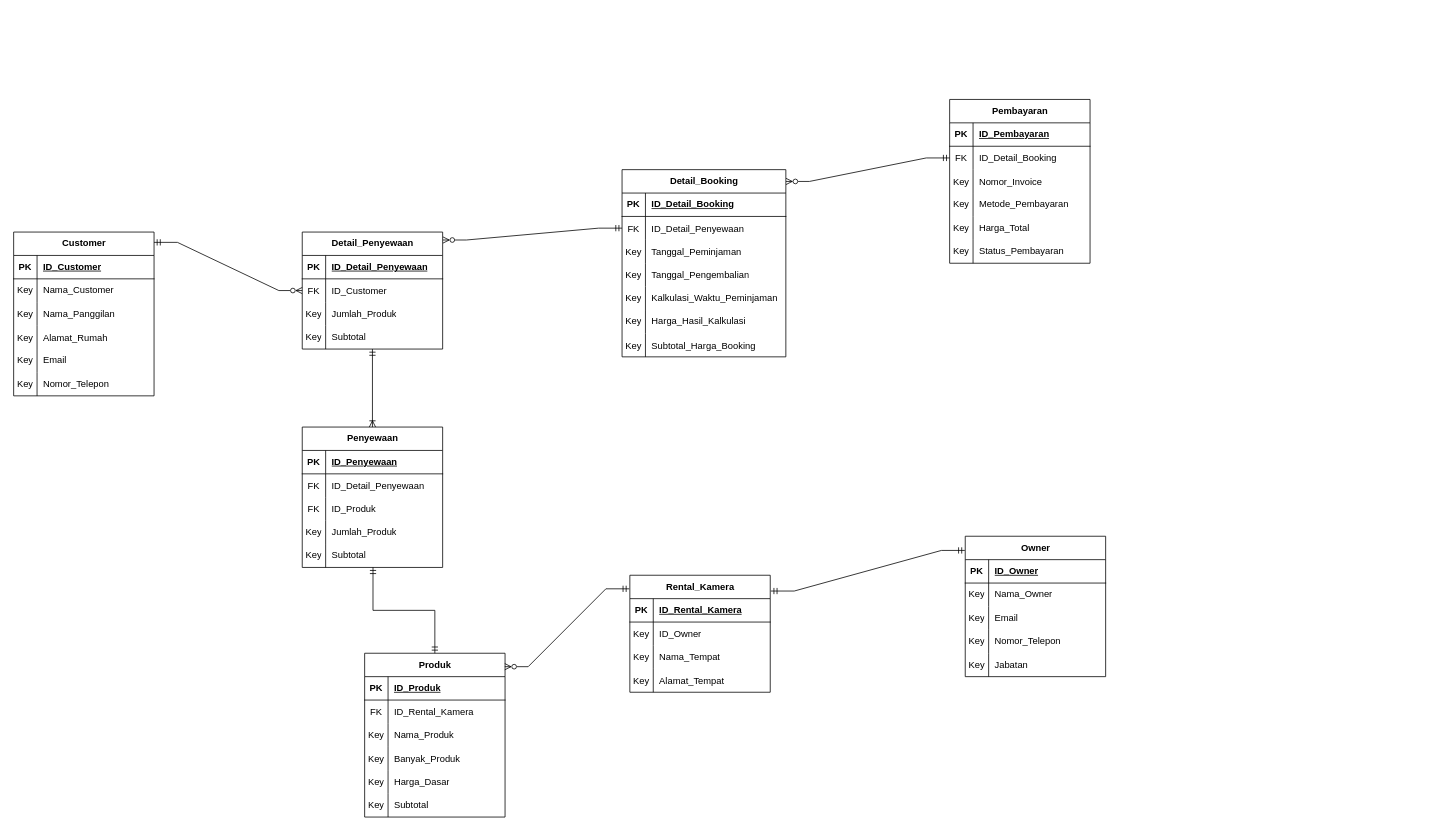
The draw.io diagram page "Revisi-2" (2 of 2) of sistem-rental-kamera.drawio in King-Ag-Jv/Project-Atrem, before the edit. Source tidied: cells renumbered, new cells numbered last; positions are measured from the earlier drawing's top-left corner, leaving out a move shared by most shapes. Both pictures are drawn from the tidied source at 78%, with x=0, y=0 at pixel (13, 99).
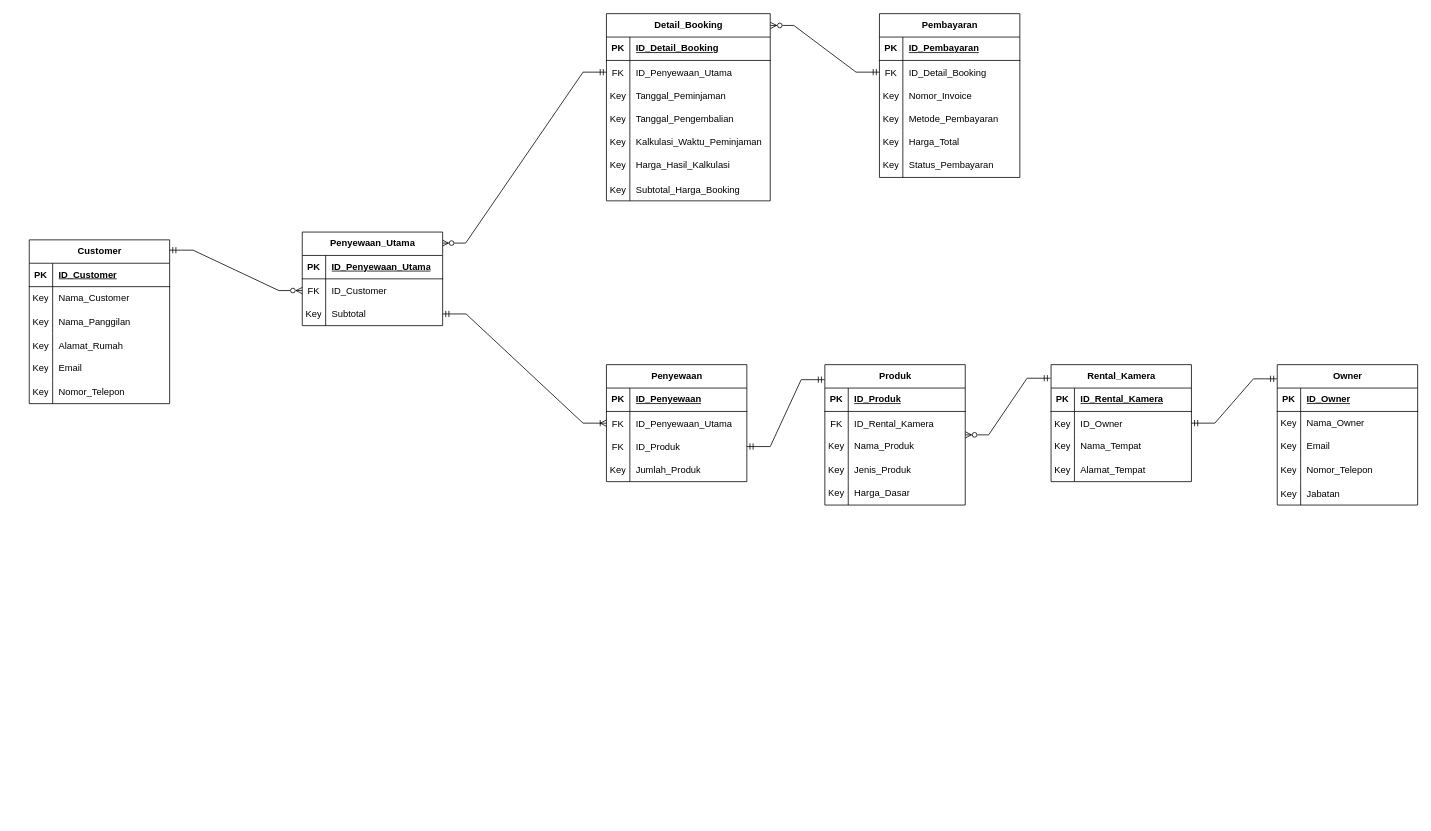
The same diagram, later.

Unchanged cells that the change refers to:
```xml
<mxCell id="12" style="shape=tableRow;horizontal=0;startSize=0;swimlaneHead=0;swimlaneBody=0;fillColor=none;top=0;left=0;right=0;bottom=0;" parent="2" vertex="1">
  <mxGeometry y="120" width="180" height="30" as="geometry" />
</mxCell>
<mxCell id="25" style="shape=tableRow;horizontal=0;startSize=0;swimlaneHead=0;swimlaneBody=0;fillColor=none;points=[[0,0.5],[1,0.5]];portConstraint=eastwest;top=0;left=0;right=0;bottom=0;" parent="21" vertex="1">
  <mxGeometry y="60" width="180" height="30" as="geometry" />
</mxCell>
<mxCell id="28" style="shape=tableRow;horizontal=0;startSize=0;swimlaneHead=0;swimlaneBody=0;fillColor=none;points=[[0,0.5],[1,0.5]];portConstraint=eastwest;top=0;left=0;right=0;bottom=0;" parent="21" vertex="1">
  <mxGeometry y="90" width="180" height="30" as="geometry" />
</mxCell>
<mxCell id="95" style="shape=tableRow;horizontal=0;startSize=0;swimlaneHead=0;swimlaneBody=0;fillColor=none;points=[[0,0.5],[1,0.5]];portConstraint=eastwest;top=0;left=0;right=0;bottom=0;" parent="91" vertex="1">
  <mxGeometry y="60" width="210" height="30" as="geometry" />
</mxCell>
<mxCell id="117" style="shape=tableRow;horizontal=0;startSize=0;swimlaneHead=0;swimlaneBody=0;fillColor=none;points=[[0,0.5],[1,0.5]];portConstraint=eastwest;top=0;left=0;right=0;bottom=0;" parent="113" vertex="1">
  <mxGeometry y="60" width="180" height="30" as="geometry" />
</mxCell>
<mxCell id="133" style="shape=tableRow;horizontal=0;startSize=0;swimlaneHead=0;swimlaneBody=0;fillColor=none;top=0;left=0;right=0;bottom=1;" parent="132" vertex="1">
  <mxGeometry y="30" width="180" height="30" as="geometry" />
</mxCell>
```

The edit, as a diff of the source:
```diff
@@
     <mxCell id="2" value="Produk" style="shape=table;startSize=30;childLayout=tableLayout;rowLines=0;fontStyle=1;align=center;html=1;" parent="1" vertex="1">
-      <mxGeometry x="450" y="710" width="180" height="210" as="geometry" />
+      <mxGeometry x="1040" y="340" width="180" height="180" as="geometry" />
     </mxCell>
@@
-    <mxCell id="14" value="Banyak_Produk" style="shape=partialRectangle;fillColor=none;top=0;left=0;bottom=0;right=0;align=left;spacingLeft=6;overflow=hidden;" parent="12" vertex="1">
-      <mxGeometry x="30" width="150" height="30" as="geometry" />
-    </mxCell>
+    <mxCell id="146" value="Jenis_Produk" style="shape=partialRectangle;fillColor=none;top=0;left=0;bottom=0;right=0;align=left;spacingLeft=6;overflow=hidden;" parent="12" vertex="1">
+      <mxGeometry x="30" width="150" height="30" as="geometry" />
+    </mxCell>
@@
-    <mxCell id="18" style="shape=tableRow;horizontal=0;startSize=0;swimlaneHead=0;swimlaneBody=0;fillColor=none;top=0;left=0;right=0;bottom=0;" parent="2" vertex="1">
-      <mxGeometry y="180" width="180" height="30" as="geometry" />
-    </mxCell>
-    <mxCell id="19" value="Key" style="shape=partialRectangle;fillColor=none;top=0;left=0;bottom=0;right=0;overflow=hidden;whiteSpace=wrap;html=1;" parent="18" vertex="1">
-      <mxGeometry width="30" height="30" as="geometry" />
-    </mxCell>
-    <mxCell id="20" value="Subtotal" style="shape=partialRectangle;fillColor=none;top=0;left=0;bottom=0;right=0;align=left;spacingLeft=6;overflow=hidden;whiteSpace=wrap;html=1;" parent="18" vertex="1">
-      <mxGeometry x="30" width="150" height="30" as="geometry" />
-    </mxCell>
     <mxCell id="21" value="Penyewaan" style="shape=table;startSize=30;childLayout=tableLayout;rowLines=0;fontStyle=1;align=center;html=1;" parent="1" vertex="1">
-      <mxGeometry x="370" y="420" width="180" height="180" as="geometry" />
+      <mxGeometry x="760" y="340" width="180" height="150" as="geometry" />
     </mxCell>
@@
-    <mxCell id="27" value="ID_Detail_Penyewaan" style="shape=partialRectangle;fillColor=none;top=0;left=0;bottom=0;right=0;align=left;spacingLeft=6;overflow=hidden;" parent="25" vertex="1">
+    <mxCell id="27" value="ID_Penyewaan_Utama" style="shape=partialRectangle;fillColor=none;top=0;left=0;bottom=0;right=0;align=left;spacingLeft=6;overflow=hidden;" parent="25" vertex="1">
       <mxGeometry x="30" width="150" height="30" as="geometry" />
     </mxCell>
@@
-    <mxCell id="34" style="shape=tableRow;horizontal=0;startSize=0;swimlaneHead=0;swimlaneBody=0;fillColor=none;points=[[0,0.5],[1,0.5]];portConstraint=eastwest;top=0;left=0;right=0;bottom=0;" parent="21" vertex="1">
-      <mxGeometry y="150" width="180" height="30" as="geometry" />
-    </mxCell>
-    <mxCell id="35" value="Key" style="shape=partialRectangle;fillColor=none;top=0;left=0;bottom=0;right=0;overflow=hidden;whiteSpace=wrap;html=1;" parent="34" vertex="1">
-      <mxGeometry width="30" height="30" as="geometry" />
-    </mxCell>
-    <mxCell id="36" value="Subtotal" style="shape=partialRectangle;fillColor=none;top=0;left=0;bottom=0;right=0;align=left;spacingLeft=6;overflow=hidden;whiteSpace=wrap;html=1;" parent="34" vertex="1">
-      <mxGeometry x="30" width="150" height="30" as="geometry" />
-    </mxCell>
     <mxCell id="37" value="Owner" style="shape=table;startSize=30;childLayout=tableLayout;rowLines=0;fontStyle=1;align=center;html=1;" parent="1" vertex="1">
-      <mxGeometry x="1220" y="560" width="180" height="180" as="geometry" />
+      <mxGeometry x="1620" y="340" width="180" height="180" as="geometry" />
     </mxCell>
@@
     <mxCell id="53" value="Customer" style="shape=table;startSize=30;childLayout=tableLayout;rowLines=0;fontStyle=1;align=center;html=1;" parent="1" vertex="1">
-      <mxGeometry y="170" width="180" height="210" as="geometry" />
+      <mxGeometry x="20" y="180" width="180" height="210" as="geometry" />
     </mxCell>
@@
     <mxCell id="72" value="Pembayaran" style="shape=table;startSize=30;childLayout=tableLayout;rowLines=0;fontStyle=1;align=center;html=1;" parent="1" vertex="1">
-      <mxGeometry x="1200" width="180" height="210" as="geometry" />
+      <mxGeometry x="1110" y="-110" width="180" height="210" as="geometry" />
     </mxCell>
@@
     <mxCell id="91" value="Detail_Booking" style="shape=table;startSize=30;childLayout=tableLayout;rowLines=0;fontStyle=1;align=center;html=1;" parent="1" vertex="1">
-      <mxGeometry x="780" y="90" width="210" height="240" as="geometry" />
+      <mxGeometry x="760" y="-110" width="210" height="240" as="geometry" />
     </mxCell>
@@
-    <mxCell id="97" value="ID_Detail_Penyewaan" style="shape=partialRectangle;fillColor=none;top=0;left=0;bottom=0;right=0;align=left;spacingLeft=6;overflow=hidden;" parent="95" vertex="1">
+    <mxCell id="97" value="ID_Penyewaan_Utama" style="shape=partialRectangle;fillColor=none;top=0;left=0;bottom=0;right=0;align=left;spacingLeft=6;overflow=hidden;" parent="95" vertex="1">
       <mxGeometry x="30" width="180" height="30" as="geometry" />
     </mxCell>
@@
     <mxCell id="113" value="Rental_Kamera" style="shape=table;startSize=30;childLayout=tableLayout;rowLines=0;fontStyle=1;align=center;html=1;" parent="1" vertex="1">
-      <mxGeometry x="790" y="610" width="180" height="150" as="geometry" />
+      <mxGeometry x="1330" y="340" width="180" height="150" as="geometry" />
     </mxCell>
@@
-    <mxCell id="126" style="edgeStyle=entityRelationEdgeStyle;fontSize=12;html=1;endArrow=ERmandOne;endFill=0;rounded=0;startArrow=ERzeroToMany;startFill=0;entryX=-0.004;entryY=0.116;entryDx=0;entryDy=0;entryPerimeter=0;exitX=0.998;exitY=0.082;exitDx=0;exitDy=0;exitPerimeter=0;" parent="1" edge="1" source="2" target="113">
+    <mxCell id="126" style="edgeStyle=entityRelationEdgeStyle;fontSize=12;html=1;endArrow=ERmandOne;endFill=0;rounded=0;startArrow=ERzeroToMany;startFill=0;entryX=-0.004;entryY=0.116;entryDx=0;entryDy=0;entryPerimeter=0;exitX=1;exitY=0.5;exitDx=0;exitDy=0;" parent="1" edge="1" source="2" target="113">
       <mxGeometry relative="1" as="geometry" />
     </mxCell>
-    <mxCell id="127" style="edgeStyle=entityRelationEdgeStyle;fontSize=12;html=1;endArrow=ERmandOne;endFill=0;rounded=0;startArrow=ERmandOne;startFill=0;entryX=-0.003;entryY=0.101;entryDx=0;entryDy=0;entryPerimeter=0;exitX=1.004;exitY=0.135;exitDx=0;exitDy=0;exitPerimeter=0;" parent="1" edge="1" source="113" target="37">
+    <mxCell id="127" style="edgeStyle=entityRelationEdgeStyle;fontSize=12;html=1;endArrow=ERmandOne;endFill=0;rounded=0;startArrow=ERmandOne;startFill=0;entryX=-0.003;entryY=0.101;entryDx=0;entryDy=0;entryPerimeter=0;exitX=1;exitY=0.5;exitDx=0;exitDy=0;" parent="1" edge="1" source="117" target="37">
       <mxGeometry relative="1" as="geometry" />
     </mxCell>
-    <mxCell id="128" style="edgeStyle=entityRelationEdgeStyle;fontSize=12;html=1;endArrow=ERmandOne;endFill=0;rounded=0;startArrow=ERzeroToMany;startFill=0;entryX=0;entryY=0.5;entryDx=0;entryDy=0;exitX=1.002;exitY=0.068;exitDx=0;exitDy=0;exitPerimeter=0;" parent="1" edge="1" source="132" target="95">
+    <mxCell id="128" style="edgeStyle=entityRelationEdgeStyle;fontSize=12;html=1;endArrow=ERmandOne;endFill=0;rounded=0;startArrow=ERzeroToMany;startFill=0;entryX=0;entryY=0.5;entryDx=0;entryDy=0;exitX=0.997;exitY=0.118;exitDx=0;exitDy=0;exitPerimeter=0;" parent="1" edge="1" source="132" target="95">
       <mxGeometry relative="1" as="geometry" />
     </mxCell>
-    <mxCell id="129" style="edgeStyle=orthogonalEdgeStyle;fontSize=12;html=1;endArrow=ERmandOne;endFill=0;rounded=0;startArrow=ERmandOne;startFill=0;entryX=0.504;entryY=0.995;entryDx=0;entryDy=0;entryPerimeter=0;exitX=0.5;exitY=0;exitDx=0;exitDy=0;" parent="1" edge="1" source="2" target="34">
+    <mxCell id="129" style="edgeStyle=entityRelationEdgeStyle;fontSize=12;html=1;endArrow=ERmandOne;endFill=0;rounded=0;startArrow=ERmandOne;startFill=0;entryX=1;entryY=0.5;entryDx=0;entryDy=0;exitX=-0.002;exitY=0.107;exitDx=0;exitDy=0;exitPerimeter=0;" parent="1" edge="1" source="2" target="28">
       <mxGeometry relative="1" as="geometry" />
     </mxCell>
@@
-    <mxCell id="132" value="Detail_Penyewaan" style="shape=table;startSize=30;childLayout=tableLayout;rowLines=0;fontStyle=1;align=center;html=1;" parent="1" vertex="1">
-      <mxGeometry x="370" y="170" width="180" height="150" as="geometry" />
+    <mxCell id="132" value="Penyewaan_Utama" style="shape=table;startSize=30;childLayout=tableLayout;rowLines=0;fontStyle=1;align=center;html=1;" parent="1" vertex="1">
+      <mxGeometry x="370" y="170" width="180" height="120" as="geometry" />
     </mxCell>
@@
-    <mxCell id="135" value="ID_Detail_Penyewaan" style="shape=partialRectangle;fillColor=none;top=0;left=0;bottom=0;right=0;align=left;spacingLeft=6;fontStyle=5;overflow=hidden;whiteSpace=wrap;html=1;" parent="133" vertex="1">
+    <mxCell id="135" value="ID_Penyewaan_Utama" style="shape=partialRectangle;fillColor=none;top=0;left=0;bottom=0;right=0;align=left;spacingLeft=6;fontStyle=5;overflow=hidden;whiteSpace=wrap;html=1;" parent="133" vertex="1">
       <mxGeometry x="30" width="150" height="30" as="geometry" />
     </mxCell>
@@
-    <mxCell id="139" style="shape=tableRow;horizontal=0;startSize=0;swimlaneHead=0;swimlaneBody=0;fillColor=none;top=0;left=0;right=0;bottom=0;" parent="132" vertex="1">
-      <mxGeometry y="90" width="180" height="30" as="geometry" />
-    </mxCell>
-    <mxCell id="140" value="Key" style="shape=partialRectangle;fillColor=none;top=0;left=0;bottom=0;right=0;overflow=hidden;whiteSpace=wrap;html=1;" parent="139" vertex="1">
-      <mxGeometry width="30" height="30" as="geometry" />
-    </mxCell>
-    <mxCell id="141" value="Jumlah_Produk" style="shape=partialRectangle;fillColor=none;top=0;left=0;bottom=0;right=0;align=left;spacingLeft=6;overflow=hidden;whiteSpace=wrap;html=1;" parent="139" vertex="1">
-      <mxGeometry x="30" width="150" height="30" as="geometry" />
-    </mxCell>
     <mxCell id="142" style="shape=tableRow;horizontal=0;startSize=0;swimlaneHead=0;swimlaneBody=0;fillColor=none;points=[[0,0.5],[1,0.5]];portConstraint=eastwest;top=0;left=0;right=0;bottom=0;" parent="132" vertex="1">
-      <mxGeometry y="120" width="180" height="30" as="geometry" />
+      <mxGeometry y="90" width="180" height="30" as="geometry" />
     </mxCell>
@@
-    <mxCell id="145" style="edgeStyle=orthogonalEdgeStyle;fontSize=12;html=1;endArrow=ERmandOne;endFill=0;rounded=0;startArrow=ERoneToMany;startFill=0;exitX=0.5;exitY=0;exitDx=0;exitDy=0;entryX=0.5;entryY=1;entryDx=0;entryDy=0;entryPerimeter=0;" parent="1" edge="1" source="21" target="142">
+    <mxCell id="145" style="edgeStyle=entityRelationEdgeStyle;fontSize=12;html=1;endArrow=ERmandOne;endFill=0;rounded=0;startArrow=ERoneToMany;startFill=0;exitX=0;exitY=0.5;exitDx=0;exitDy=0;entryX=1;entryY=0.5;entryDx=0;entryDy=0;" parent="1" edge="1" source="25" target="142">
       <mxGeometry relative="1" as="geometry" />
     </mxCell>
```
